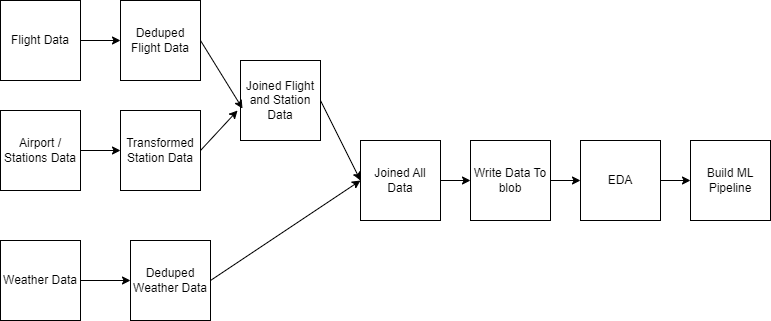
Above: img/EDADiagram.png in pemujo/w261-team-repo (draw.io), before the change. Source tidied: cells renumbered, new cells last; positions are measured from the earlier drawing's top-left corner, leaving out a move shared by most shapes.
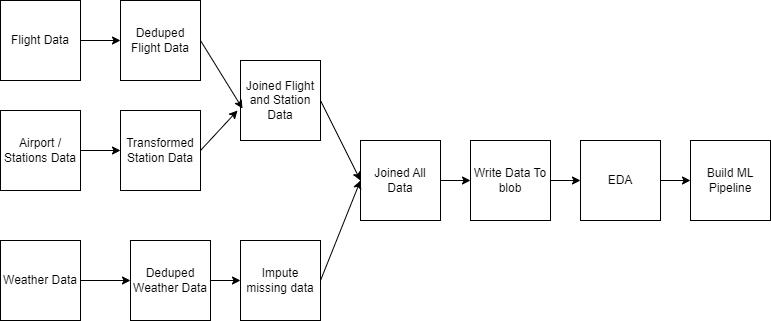
After the change.

Diff of the diagram source:
```diff
@@ -46,11 +46,6 @@
     <mxCell id="15" style="endArrow=classic;html=1;rounded=0;exitX=1;exitY=0.5;exitDx=0;exitDy=0;entryX=0;entryY=0.5;entryDx=0;entryDy=0;" parent="1" edge="1" source="8" target="14">
       <mxGeometry relative="1" as="geometry" />
     </mxCell>
-    <mxCell id="16" style="endArrow=classic;html=1;rounded=0;exitX=1;exitY=0.5;exitDx=0;exitDy=0;" parent="1" edge="1" source="12">
-      <mxGeometry relative="1" as="geometry">
-        <mxPoint x="360" y="180" as="targetPoint" />
-      </mxGeometry>
-    </mxCell>
     <mxCell id="17" value="Write Data To blob" style="whiteSpace=wrap;html=1;" parent="1" vertex="1">
       <mxGeometry x="470" y="140" width="80" height="80" as="geometry" />
     </mxCell>
@@ -69,5 +64,14 @@
     <mxCell id="22" style="endArrow=classic;html=1;rounded=0;exitX=1;exitY=0.5;exitDx=0;exitDy=0;entryX=0;entryY=0.5;entryDx=0;entryDy=0;" parent="1" edge="1" source="19" target="21">
       <mxGeometry relative="1" as="geometry" />
     </mxCell>
+    <mxCell id="23" value="Impute missing data" style="whiteSpace=wrap;html=1;" parent="1" vertex="1">
+      <mxGeometry x="240" y="240" width="80" height="80" as="geometry" />
+    </mxCell>
+    <mxCell id="24" style="endArrow=classic;html=1;rounded=0;exitX=1;exitY=0.5;exitDx=0;exitDy=0;entryX=0;entryY=0.5;entryDx=0;entryDy=0;" parent="1" edge="1" source="12" target="23">
+      <mxGeometry relative="1" as="geometry" />
+    </mxCell>
+    <mxCell id="25" style="endArrow=classic;html=1;rounded=0;exitX=1;exitY=0.5;exitDx=0;exitDy=0;entryX=0;entryY=0.5;entryDx=0;entryDy=0;" parent="1" edge="1" source="23" target="14">
+      <mxGeometry relative="1" as="geometry" />
+    </mxCell>
   </root>
 </mxGraphModel>
```
